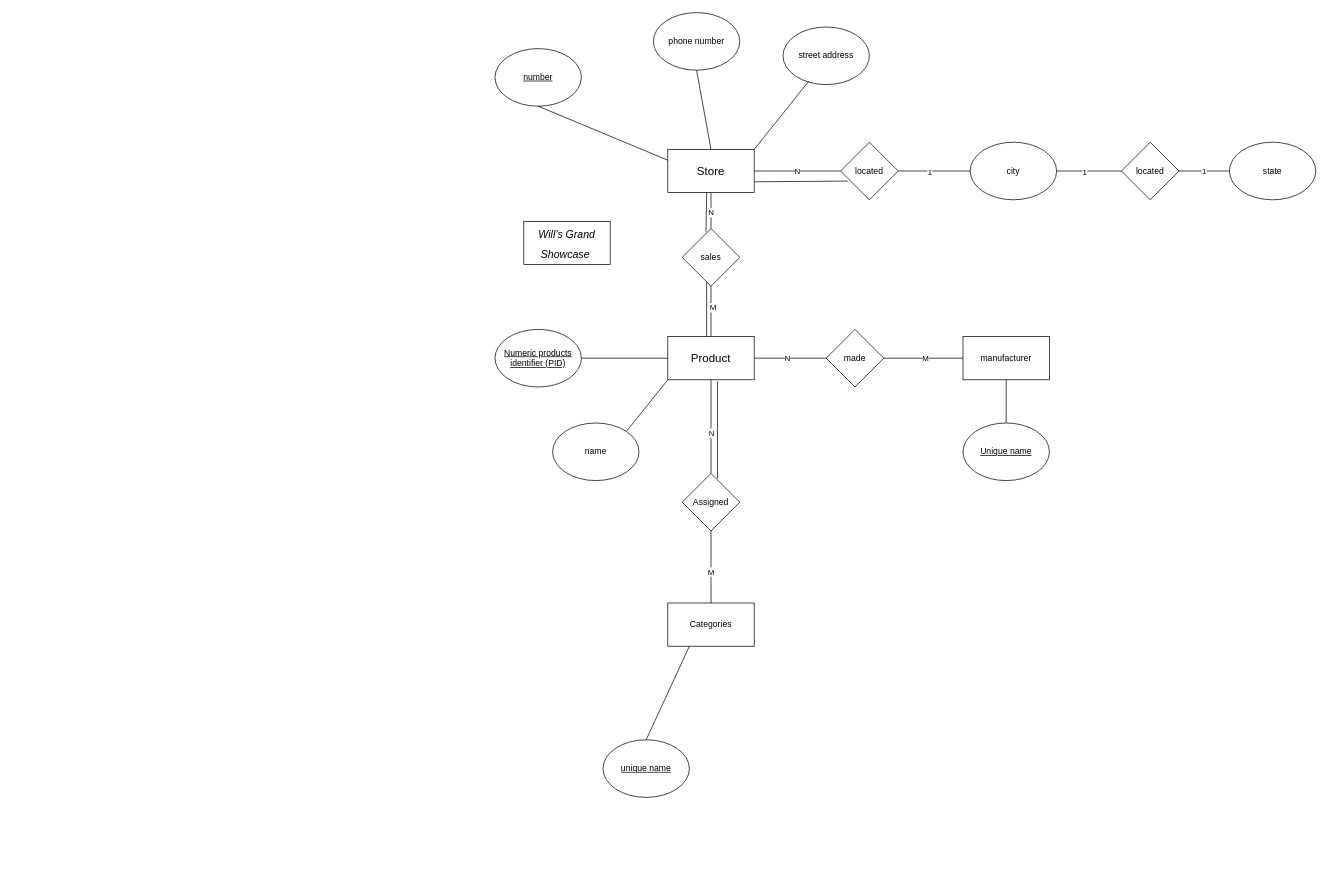
zhuang18/zhuang18 keeps this draw.io diagram as Untitled Diagram.drawio. Above is the earlier version. Source tidied: cells renumbered, new cells numbered last; positions are measured from the earlier drawing's top-left corner, leaving out a move shared by most shapes. Both pictures are drawn from the tidied source at 72%, with x=0, y=0 at pixel (495, 12).
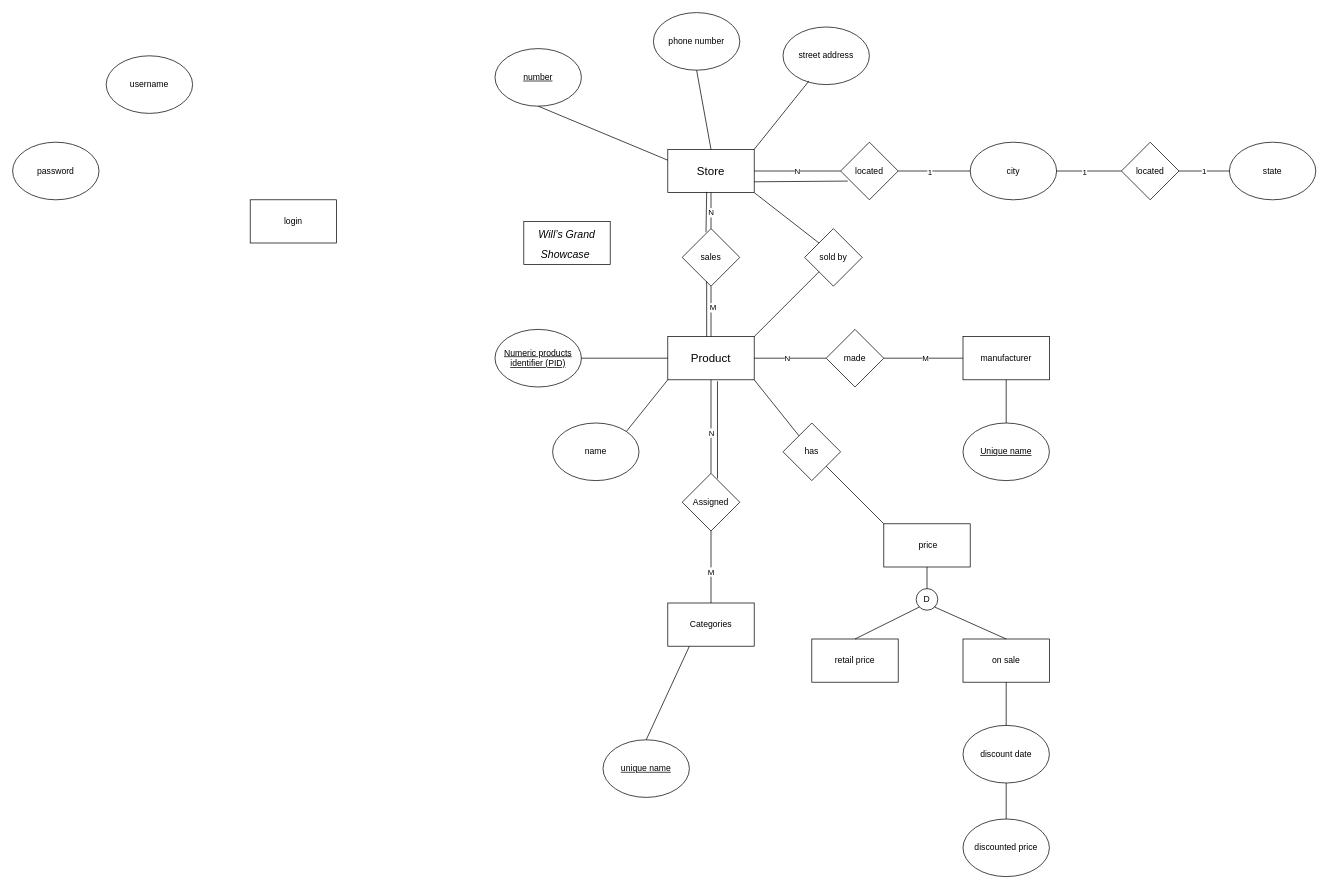
Above is the later version.

The change refers to these unchanged cells:
```xml
<mxCell id="2" value="&lt;font style=&quot;font-size: 16px&quot;&gt;Store&lt;/font&gt;" style="rounded=0;whiteSpace=wrap;html=1;" parent="1" vertex="1">
  <mxGeometry x="240" y="190" width="120" height="60" as="geometry" />
</mxCell>
<mxCell id="21" value="&lt;font style=&quot;font-size: 16px&quot;&gt;Product&lt;/font&gt;" style="rounded=0;whiteSpace=wrap;html=1;" parent="1" vertex="1">
  <mxGeometry x="240" y="450" width="120" height="60" as="geometry" />
</mxCell>
```

Diff of the diagram source:
```diff
@@
+    <mxCell id="50" value="&amp;nbsp;price" style="rounded=0;whiteSpace=wrap;html=1;" parent="1" vertex="1">
+      <mxGeometry x="540" y="710" width="120" height="60" as="geometry" />
+    </mxCell>
+    <mxCell id="51" value="has" style="rhombus;whiteSpace=wrap;html=1;" parent="1" vertex="1">
+      <mxGeometry x="400" y="570" width="80" height="80" as="geometry" />
+    </mxCell>
+    <mxCell id="52" style="endArrow=none;html=1;entryX=1;entryY=1;entryDx=0;entryDy=0;exitX=0;exitY=0;exitDx=0;exitDy=0;" parent="1" edge="1" source="50" target="51">
+      <mxGeometry relative="1" as="geometry" />
+    </mxCell>
+    <mxCell id="53" style="endArrow=none;html=1;entryX=1;entryY=1;entryDx=0;entryDy=0;" parent="1" edge="1" source="51" target="21">
+      <mxGeometry relative="1" as="geometry" />
+    </mxCell>
+    <mxCell id="54" value="retail price" style="rounded=0;whiteSpace=wrap;html=1;" parent="1" vertex="1">
+      <mxGeometry x="440" y="870" width="120" height="60" as="geometry" />
+    </mxCell>
+    <mxCell id="55" value="on sale" style="rounded=0;whiteSpace=wrap;html=1;" parent="1" vertex="1">
+      <mxGeometry x="650" y="870" width="120" height="60" as="geometry" />
+    </mxCell>
+    <mxCell id="56" value="D" style="ellipse;whiteSpace=wrap;html=1;" parent="1" vertex="1">
+      <mxGeometry x="585" y="800" width="30" height="30" as="geometry" />
+    </mxCell>
+    <mxCell id="57" style="endArrow=none;html=1;entryX=0.5;entryY=1;entryDx=0;entryDy=0;exitX=0.5;exitY=0;exitDx=0;exitDy=0;" parent="1" edge="1" source="56" target="50">
+      <mxGeometry relative="1" as="geometry" />
+    </mxCell>
+    <mxCell id="58" style="endArrow=none;html=1;entryX=0;entryY=1;entryDx=0;entryDy=0;exitX=0.5;exitY=0;exitDx=0;exitDy=0;" parent="1" edge="1" source="54" target="56">
+      <mxGeometry relative="1" as="geometry" />
+    </mxCell>
+    <mxCell id="59" style="endArrow=none;html=1;entryX=1;entryY=1;entryDx=0;entryDy=0;exitX=0.5;exitY=0;exitDx=0;exitDy=0;" parent="1" edge="1" source="55" target="56">
+      <mxGeometry relative="1" as="geometry" />
+    </mxCell>
+    <mxCell id="60" value="discount date" style="ellipse;whiteSpace=wrap;html=1;" parent="1" vertex="1">
+      <mxGeometry x="650" y="990" width="120" height="80" as="geometry" />
+    </mxCell>
+    <mxCell id="61" value="discounted price" style="ellipse;whiteSpace=wrap;html=1;" parent="1" vertex="1">
+      <mxGeometry x="650" y="1120" width="120" height="80" as="geometry" />
+    </mxCell>
+    <mxCell id="62" style="endArrow=none;html=1;entryX=0.5;entryY=1;entryDx=0;entryDy=0;exitX=0.5;exitY=0;exitDx=0;exitDy=0;" parent="1" edge="1" source="60" target="55">
+      <mxGeometry relative="1" as="geometry" />
+    </mxCell>
+    <mxCell id="63" style="endArrow=none;html=1;entryX=0.5;entryY=1;entryDx=0;entryDy=0;exitX=0.5;exitY=0;exitDx=0;exitDy=0;" parent="1" edge="1" source="61" target="60">
+      <mxGeometry relative="1" as="geometry" />
+    </mxCell>
+    <mxCell id="64" value="sold by" style="rhombus;whiteSpace=wrap;html=1;" parent="1" vertex="1">
+      <mxGeometry x="430" y="300" width="80" height="80" as="geometry" />
+    </mxCell>
+    <mxCell id="65" style="endArrow=none;html=1;exitX=1;exitY=0;exitDx=0;exitDy=0;" parent="1" edge="1" source="21" target="64">
+      <mxGeometry relative="1" as="geometry" />
+    </mxCell>
+    <mxCell id="66" style="endArrow=none;html=1;entryX=0;entryY=0;entryDx=0;entryDy=0;exitX=1;exitY=1;exitDx=0;exitDy=0;" parent="1" edge="1" source="2" target="64">
+      <mxGeometry relative="1" as="geometry" />
+    </mxCell>
+    <mxCell id="67" value="login" style="rounded=0;whiteSpace=wrap;html=1;" parent="1" vertex="1">
+      <mxGeometry x="-340" y="260" width="120" height="60" as="geometry" />
+    </mxCell>
+    <mxCell id="68" value="password" style="ellipse;whiteSpace=wrap;html=1;" parent="1" vertex="1">
+      <mxGeometry x="-670" y="180" width="120" height="80" as="geometry" />
+    </mxCell>
+    <mxCell id="69" value="username" style="ellipse;whiteSpace=wrap;html=1;" parent="1" vertex="1">
+      <mxGeometry x="-540" y="60" width="120" height="80" as="geometry" />
+    </mxCell>
```
